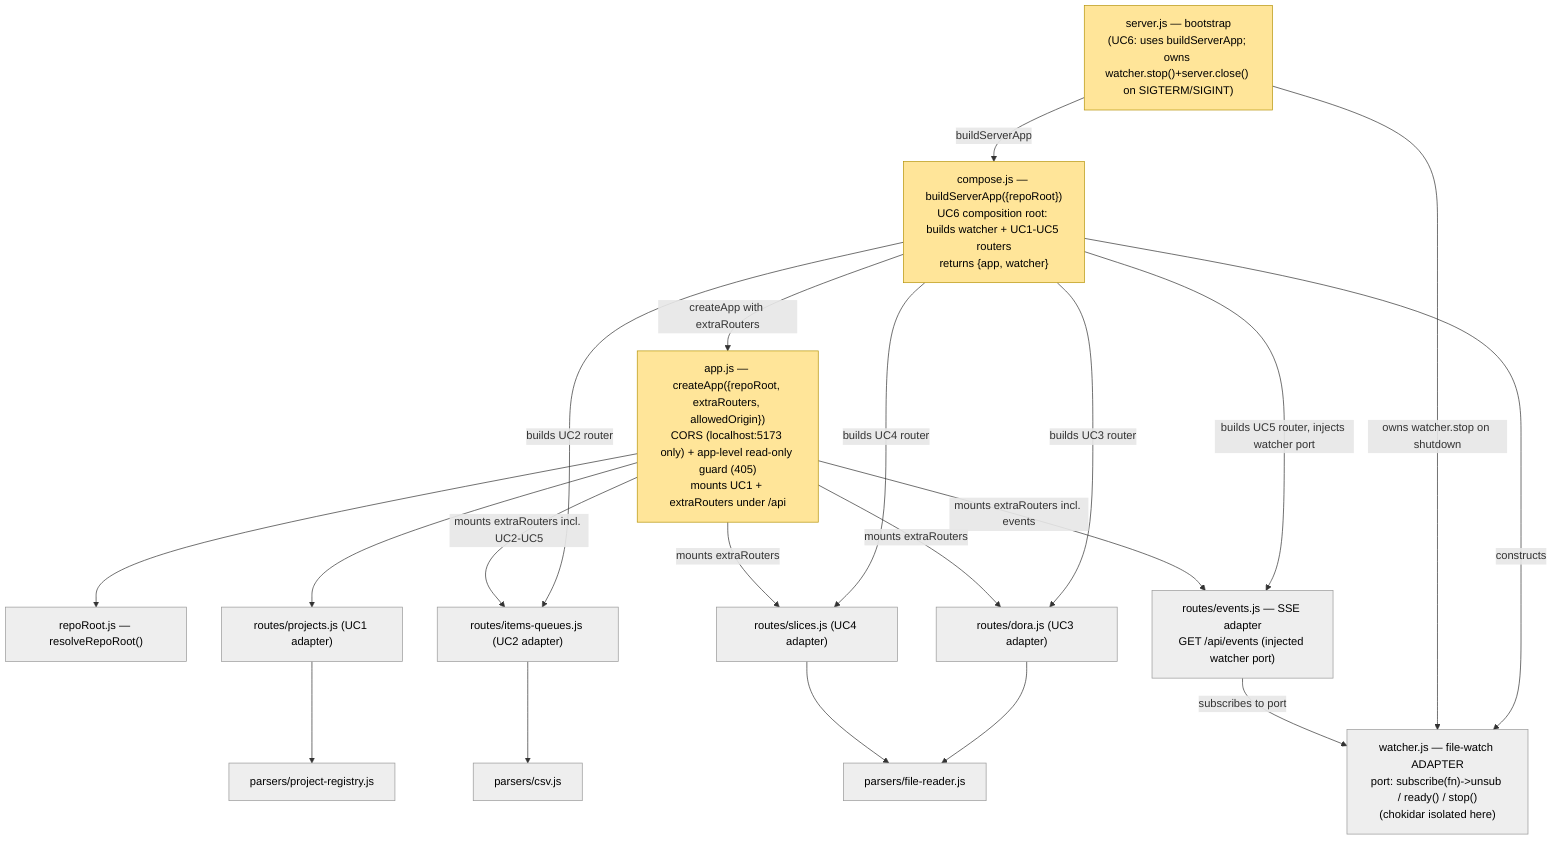
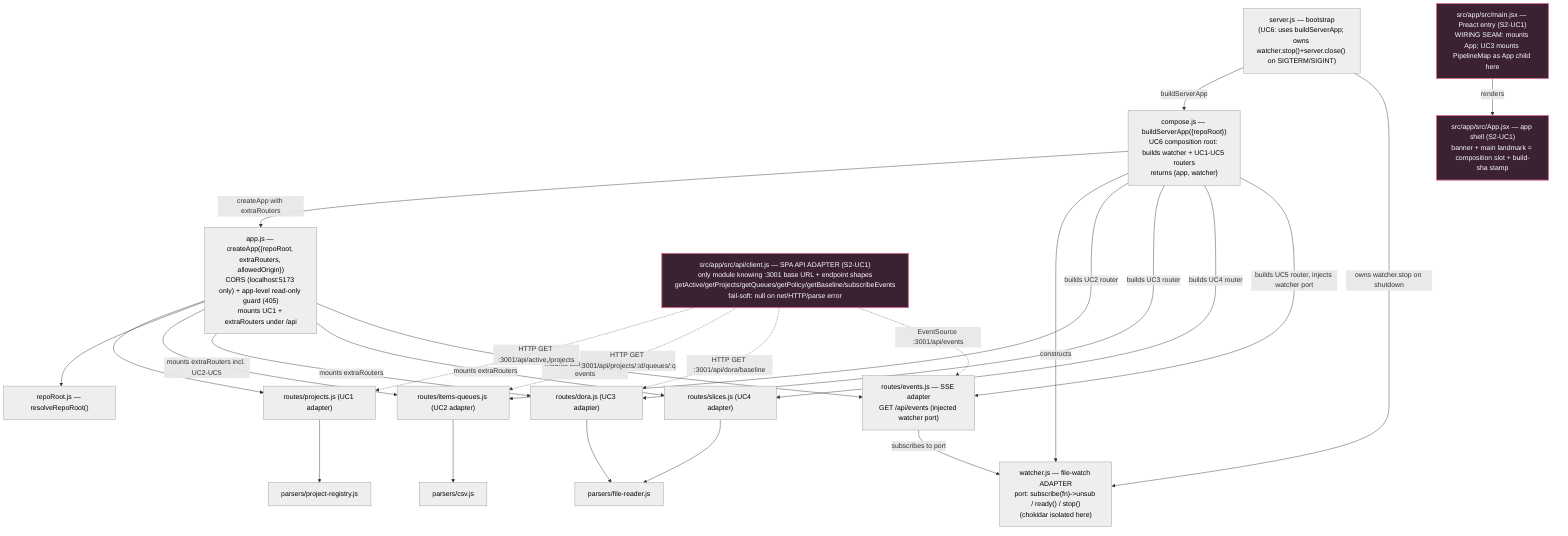
%%{ init: { "theme": "default" } }%%
- %% Module/port/adapter seam graph for s001 read layer (engineer-owned, §IMP-007).
- %% Nodes are seams (modules / ports / adapters), NOT every class. Edges are the
- %% ACTUAL runtime routing/import paths on trunk. Marked nodes (:::s001changed)
- %% are the tester's test-plan input for this slice; cleared at slice delivery.
+ %% Module/port/adapter seam graph. s001 read layer DELIVERED (2026-06-09) — all
+ %% nodes stable. Nodes are seams (modules / ports / adapters), NOT every class.
+ %% Edges are the ACTUAL runtime routing/import paths on trunk.
graph TD
    %% --- Composition seam (UC6 owns; mounts every router via extraRouters) ---
-     APP["app.js — createApp({repoRoot, extraRouters, allowedOrigin})<br/>CORS (localhost:5173 only) + app-level read-only guard (405)<br/>mounts UC1 + extraRouters under /api"]:::s001changed
-     COMPOSE["compose.js — buildServerApp({repoRoot})<br/>UC6 composition root: builds watcher + UC1-UC5 routers<br/>returns {app, watcher}"]:::s001changed
-     SERVER["server.js — bootstrap<br/>(UC6: uses buildServerApp; owns watcher.stop()+server.close() on SIGTERM/SIGINT)"]:::s001changed
+     APP["app.js — createApp({repoRoot, extraRouters, allowedOrigin})<br/>CORS (localhost:5173 only) + app-level read-only guard (405)<br/>mounts UC1 + extraRouters under /api"]:::stable
+     COMPOSE["compose.js — buildServerApp({repoRoot})<br/>UC6 composition root: builds watcher + UC1-UC5 routers<br/>returns {app, watcher}"]:::stable
+     SERVER["server.js — bootstrap<br/>(UC6: uses buildServerApp; owns watcher.stop()+server.close() on SIGTERM/SIGINT)"]:::stable
    REPOROOT["repoRoot.js — resolveRepoRoot()"]:::stable

    %% --- UC1-UC4 adapters + parsers (on trunk, stable for this UC) ---
    R_PROJ["routes/projects.js (UC1 adapter)"]:::stable
    R_ITEMS["routes/items-queues.js (UC2 adapter)"]:::stable
    R_DORA["routes/dora.js (UC3 adapter)"]:::stable
    R_SLICE["routes/slices.js (UC4 adapter)"]:::stable
    P_PROJ["parsers/project-registry.js"]:::stable
    P_CSV["parsers/csv.js"]:::stable
    P_FILE["parsers/file-reader.js"]:::stable

    %% --- UC5 file-watch live-refresh ---
    WATCH["watcher.js — file-watch ADAPTER<br/>port: subscribe(fn)->unsub / ready() / stop()<br/>(chokidar isolated here)"]:::stable
    R_EVENTS["routes/events.js — SSE adapter<br/>GET /api/events (injected watcher port)"]:::stable

    %% Composition edges (adapters depend on domain; never reverse)
    APP --> R_PROJ
    APP --> REPOROOT
    R_PROJ --> P_PROJ
    R_ITEMS --> P_CSV
    R_DORA --> P_FILE
    R_SLICE --> P_FILE

    %% UC6 ACTUAL runtime routing path (realised this UC):
    %% server.js calls buildServerApp (compose.js). compose.js constructs the
    %% watcher, builds the UC2-UC5 routers, and passes them via extraRouters into
    %% createApp; createApp mounts UC1 + every extraRouter under /api and applies
    %% CORS + the read-only guard. server.js owns the watcher's stop() and the
    %% http server.close() on SIGTERM/SIGINT. The events router subscribes to the
    %% watcher port and imports NO chokidar.
    SERVER -->|buildServerApp| COMPOSE
    COMPOSE -->|createApp with extraRouters| APP
    COMPOSE -->|constructs| WATCH
    COMPOSE -->|builds UC2 router| R_ITEMS
    COMPOSE -->|builds UC3 router| R_DORA
    COMPOSE -->|builds UC4 router| R_SLICE
    COMPOSE -->|builds UC5 router, injects watcher port| R_EVENTS
    SERVER -->|owns watcher.stop on shutdown| WATCH
    APP -->|mounts extraRouters incl. UC2-UC5| R_ITEMS
    APP -->|mounts extraRouters| R_DORA
    APP -->|mounts extraRouters| R_SLICE
    APP -->|mounts extraRouters incl. events| R_EVENTS
    R_EVENTS -->|subscribes to port| WATCH

+     %% --- s002 SPA seam (CHK-2). S2-UC1 scaffold: app shell + API client adapter.
+     %% The SPA half talks to the read layer ONLY through the HTTP API (the boundary
+     %% is the network, not an import) — so SPA_CLIENT depends on the deployed :3001
+     %% surface (R_PROJ/R_ITEMS/R_DORA/R_EVENTS routes), drawn as a runtime call edge.
+     %% S2-UC2..6 attach to SPA_MAIN/SPA_CLIENT, not to each other. ---
+     SPA_CLIENT["src/app/src/api/client.js — SPA API ADAPTER (S2-UC1)<br/>only module knowing :3001 base URL + endpoint shapes<br/>getActive/getProjects/getQueues/getPolicy/getBaseline/subscribeEvents<br/>fail-soft: null on net/HTTP/parse error"]:::s002changed
+     SPA_APP["src/app/src/App.jsx — app shell (S2-UC1)<br/>banner + main landmark = composition slot + build-sha stamp"]:::s002changed
+     SPA_MAIN["src/app/src/main.jsx — Preact entry (S2-UC1)<br/>WIRING SEAM: mounts App; UC3 mounts PipelineMap as App child here"]:::s002changed
+ 
+     SPA_MAIN -->|renders| SPA_APP
+     SPA_CLIENT -.->|HTTP GET :3001/api/active,/projects| R_PROJ
+     SPA_CLIENT -.->|HTTP GET :3001/api/projects/:id/queues/:q| R_ITEMS
+     SPA_CLIENT -.->|HTTP GET :3001/api/dora/baseline| R_DORA
+     SPA_CLIENT -.->|EventSource :3001/api/events| R_EVENTS
+ 
    classDef stable fill:#eee,stroke:#999,color:#000
-     classDef s001changed fill:#ffe599,stroke:#b7950b,color:#000
    classDef delivered fill:#d5f5e3,stroke:#1e8449,color:#000
+     classDef s002changed fill:#3a2233,stroke:#d96c8f,stroke-width:2px,color:#fff
